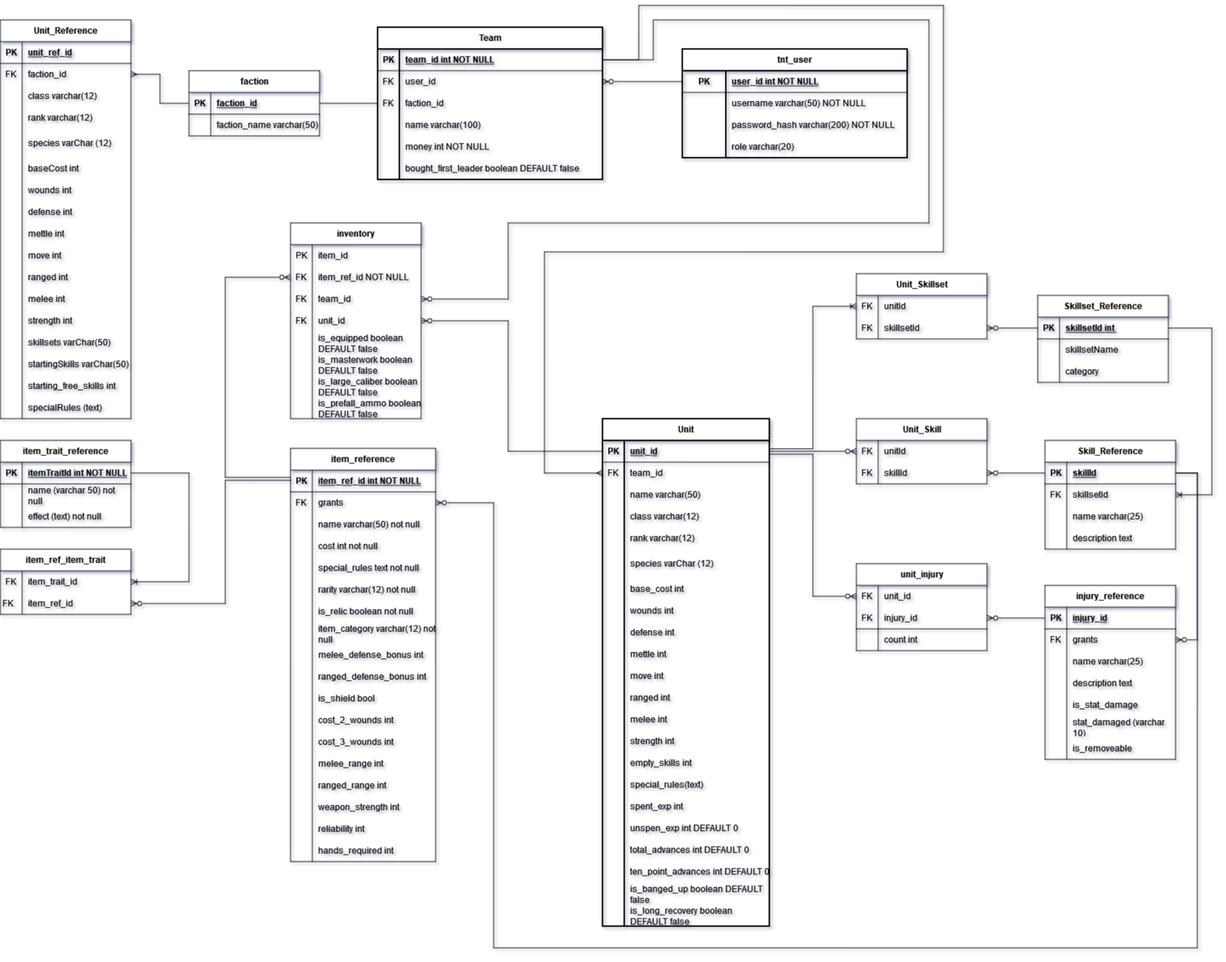
This is Database/databaseERD.png from kmeadows3/TnT-Team-Builder, a draw.io export, as it was before one commit. Source tidied: cells renumbered, new cells last; positions are measured from the earlier drawing's top-left corner, leaving out a move shared by most shapes.
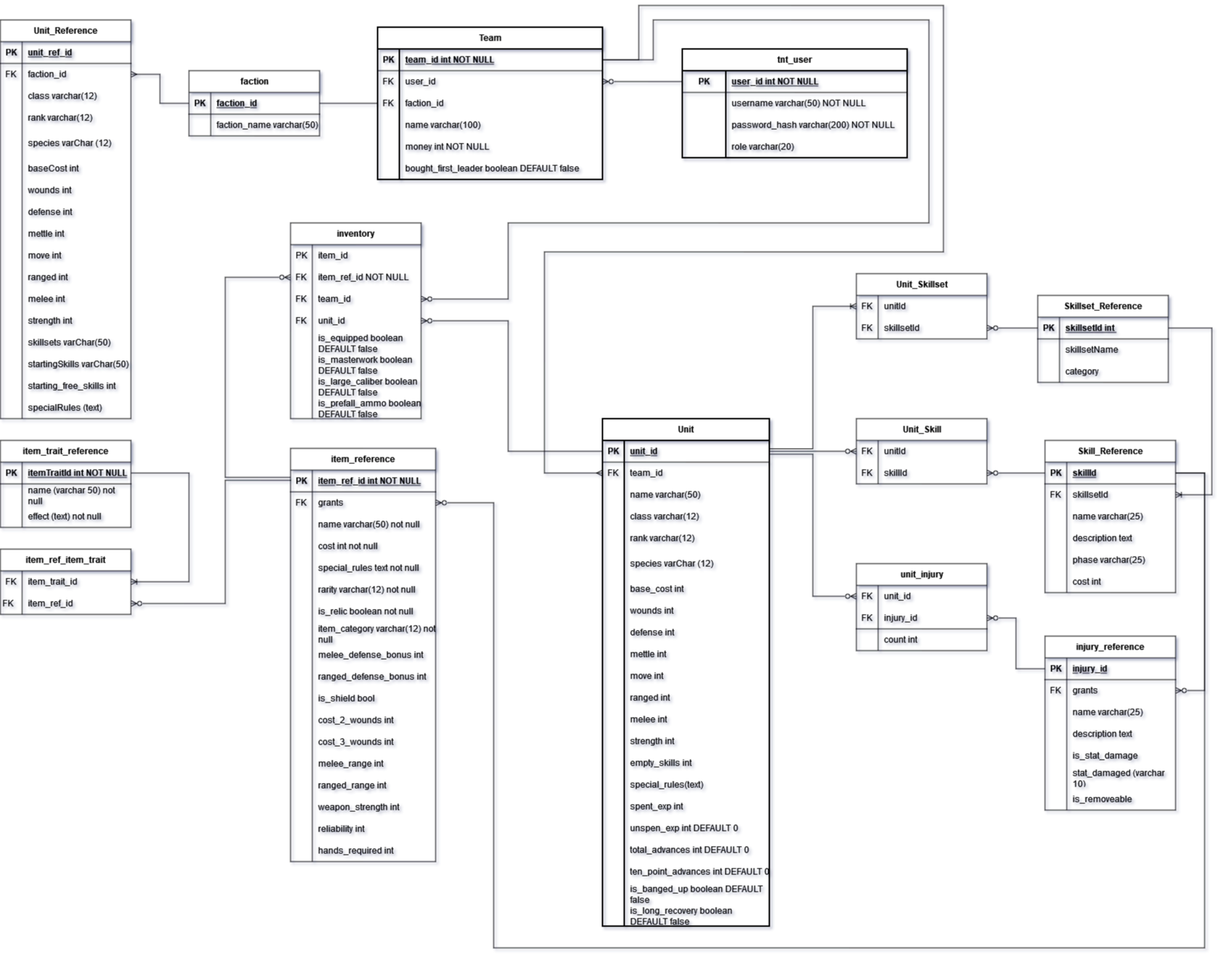
After the commit.

Commit message:
Added final version of Item Traits to database

What changed in the source:
```diff
@@ -724,7 +724,7 @@
       <mxGeometry relative="1" as="geometry" />
     </mxCell>
     <mxCell id="231" value="Skill_Reference" style="shape=table;startSize=30;rowLines=0;fontStyle=1;align=center;html=1;" parent="1" vertex="1">
-      <mxGeometry x="1440" y="600" width="180" height="150" as="geometry" />
+      <mxGeometry x="1440" y="600" width="180" height="210" as="geometry" />
     </mxCell>
     <mxCell id="232" style="shape=tableRow;horizontal=0;startSize=0;swimlaneHead=0;swimlaneBody=0;fillColor=none;points=[[0,0.5],[1,0.5]];portConstraint=eastwest;top=0;left=0;right=0;bottom=1;" parent="231" vertex="1">
       <mxGeometry y="30" width="180" height="30" as="geometry" />
@@ -762,6 +762,24 @@
     <mxCell id="243" value="description text" style="shape=partialRectangle;fillColor=none;top=0;left=0;bottom=0;right=0;align=left;spacingLeft=6;overflow=hidden;whiteSpace=wrap;html=1;" parent="241" vertex="1">
       <mxGeometry x="30" width="150" height="30" as="geometry" />
     </mxCell>
+    <mxCell id="344" style="shape=tableRow;horizontal=0;startSize=0;swimlaneHead=0;swimlaneBody=0;fillColor=none;top=0;left=0;right=0;bottom=0;" parent="231" vertex="1">
+      <mxGeometry y="150" width="180" height="30" as="geometry" />
+    </mxCell>
+    <mxCell id="345" style="shape=partialRectangle;fillColor=none;top=0;left=0;bottom=0;right=0;overflow=hidden;whiteSpace=wrap;html=1;" parent="344" vertex="1">
+      <mxGeometry width="30" height="30" as="geometry" />
+    </mxCell>
+    <mxCell id="346" value="&lt;div&gt;phase varchar(25)&lt;/div&gt;" style="shape=partialRectangle;fillColor=none;top=0;left=0;bottom=0;right=0;align=left;spacingLeft=6;overflow=hidden;whiteSpace=wrap;html=1;" parent="344" vertex="1">
+      <mxGeometry x="30" width="150" height="30" as="geometry" />
+    </mxCell>
+    <mxCell id="347" style="shape=tableRow;horizontal=0;startSize=0;swimlaneHead=0;swimlaneBody=0;fillColor=none;top=0;left=0;right=0;bottom=0;" parent="231" vertex="1">
+      <mxGeometry y="180" width="180" height="30" as="geometry" />
+    </mxCell>
+    <mxCell id="348" style="shape=partialRectangle;fillColor=none;top=0;left=0;bottom=0;right=0;overflow=hidden;whiteSpace=wrap;html=1;" parent="347" vertex="1">
+      <mxGeometry width="30" height="30" as="geometry" />
+    </mxCell>
+    <mxCell id="349" value="&lt;div&gt;cost int&lt;/div&gt;" style="shape=partialRectangle;fillColor=none;top=0;left=0;bottom=0;right=0;align=left;spacingLeft=6;overflow=hidden;whiteSpace=wrap;html=1;" parent="347" vertex="1">
+      <mxGeometry x="30" width="150" height="30" as="geometry" />
+    </mxCell>
     <mxCell id="244" style="edgeStyle=orthogonalEdgeStyle;rounded=0;jettySize=auto;html=1;exitX=1;exitY=0.5;exitDx=0;exitDy=0;entryX=1;entryY=0.5;entryDx=0;entryDy=0;endArrow=ERoneToMany;endFill=0;" parent="1" edge="1" source="220" target="235">
       <mxGeometry relative="1" as="geometry">
         <Array as="points">
@@ -1004,7 +1022,7 @@
       <mxGeometry x="30" width="150" height="30" as="geometry" />
     </mxCell>
     <mxCell id="318" value="injury_reference" style="shape=table;startSize=30;rowLines=0;fontStyle=1;align=center;html=1;" parent="1" vertex="1">
-      <mxGeometry x="1440" y="800" width="180" height="240" as="geometry" />
+      <mxGeometry x="1440" y="870" width="180" height="240" as="geometry" />
     </mxCell>
     <mxCell id="319" style="shape=tableRow;horizontal=0;startSize=0;swimlaneHead=0;swimlaneBody=0;fillColor=none;points=[[0,0.5],[1,0.5]];portConstraint=eastwest;top=0;left=0;right=0;bottom=1;" parent="318" vertex="1">
       <mxGeometry y="30" width="180" height="30" as="geometry" />
@@ -1078,8 +1096,8 @@
     <mxCell id="342" style="edgeStyle=orthogonalEdgeStyle;rounded=0;jettySize=auto;html=1;entryX=1;entryY=0.5;entryDx=0;entryDy=0;endArrow=none;endFill=0;startArrow=ERzeroToMany;startFill=0;exitX=1;exitY=0.5;exitDx=0;exitDy=0;" parent="1" edge="1" source="322" target="232">
       <mxGeometry relative="1" as="geometry">
         <Array as="points">
-          <mxPoint x="1650" y="875" />
-          <mxPoint x="1650" y="645" />
+          <mxPoint x="1660" y="945" />
+          <mxPoint x="1660" y="645" />
         </Array>
       </mxGeometry>
     </mxCell>
@@ -1088,8 +1106,8 @@
         <Array as="points">
           <mxPoint x="680" y="686" />
           <mxPoint x="680" y="1300" />
-          <mxPoint x="1650" y="1300" />
-          <mxPoint x="1650" y="645" />
+          <mxPoint x="1660" y="1300" />
+          <mxPoint x="1660" y="645" />
         </Array>
       </mxGeometry>
     </mxCell>
```
